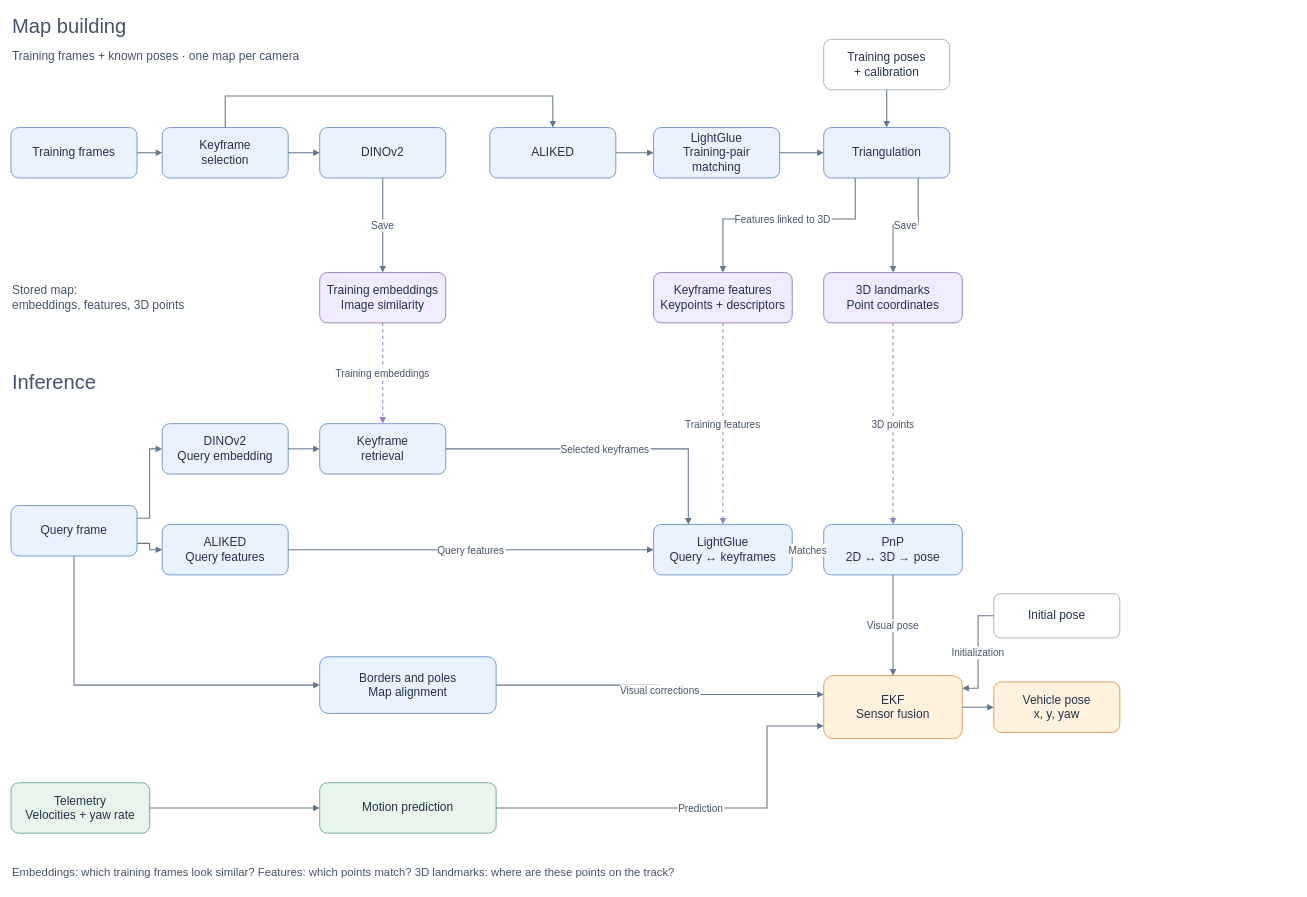
Earlier version of the draw.io diagram scheme.drawio (igorkozlovskii/schubki-2026-camloc-aramis). Source tidied: cells renumbered, new cells numbered last; positions are measured from the earlier drawing's top-left corner, leaving out a move shared by most shapes. Both pictures are drawn from the tidied source at 63%, with x=0, y=0 at pixel (11, 11).
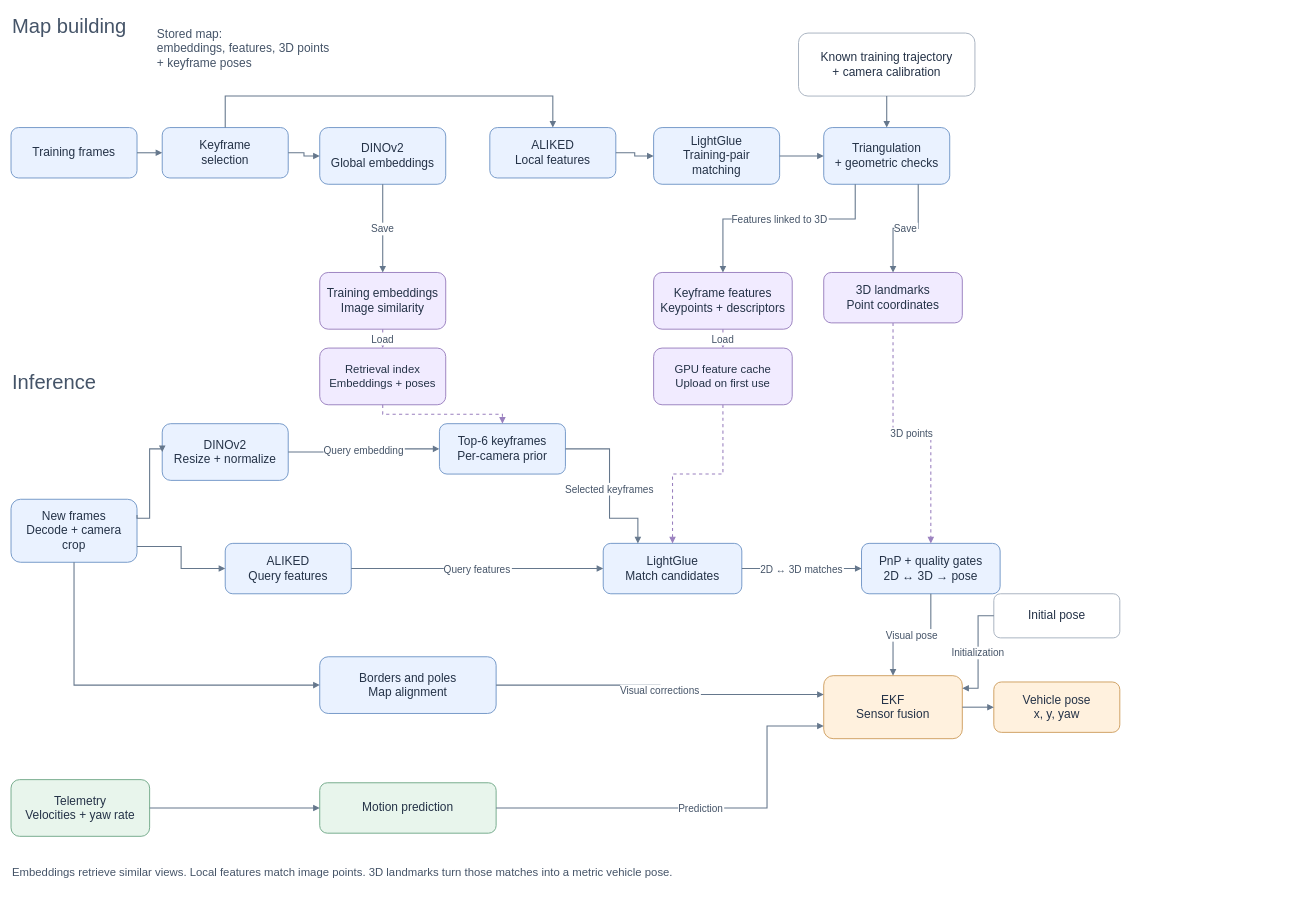
The same page after the edit.

Commit message (it also covers changes not shown here):
docs: update final-v2 diagram and embed exported overview

The edit, as a diff of the source:
```diff
@@
-    <mxCell id="2" value="Map building" style="text;html=0;whiteSpace=wrap;align=left;verticalAlign=middle;fontFamily=Helvetica;fontSize=32;fontColor=#455468;" parent="1" vertex="1">
+    <mxCell id="2" value="Map building " style="text;html=0;whiteSpace=wrap;align=left;verticalAlign=middle;fontFamily=Helvetica;fontSize=32;fontColor=#455468;" parent="1" vertex="1">
       <mxGeometry width="1000" height="50" as="geometry" />
     </mxCell>
-    <mxCell id="3" value="Training frames + known poses · one map per camera" style="text;html=0;whiteSpace=wrap;align=left;verticalAlign=middle;fontFamily=Helvetica;fontSize=19;fontColor=#455468;" parent="1" vertex="1">
-      <mxGeometry y="55" width="1100" height="35" as="geometry" />
-    </mxCell>
@@
-    <mxCell id="6" value="DINOv2" style="rounded=1;whiteSpace=wrap;html=0;fillColor=#eaf2ff;strokeColor=#7196c7;strokeWidth=1.5;fontColor=#243247;fontFamily=Helvetica;fontSize=19;spacing=10;" parent="1" vertex="1">
-      <mxGeometry x="490" y="185" width="200" height="80" as="geometry" />
+    <mxCell id="6" value="DINOv2&#10;Global embeddings" style="rounded=1;whiteSpace=wrap;html=0;fillColor=#eaf2ff;strokeColor=#7196c7;strokeWidth=1.5;fontColor=#243247;fontFamily=Helvetica;fontSize=19;spacing=10;" parent="1" vertex="1">
+      <mxGeometry x="490" y="185" width="200" height="90" as="geometry" />
     </mxCell>
-    <mxCell id="7" value="ALIKED" style="rounded=1;whiteSpace=wrap;html=0;fillColor=#eaf2ff;strokeColor=#7196c7;strokeWidth=1.5;fontColor=#243247;fontFamily=Helvetica;fontSize=19;spacing=10;" parent="1" vertex="1">
+    <mxCell id="7" value="ALIKED&#10;Local features" style="rounded=1;whiteSpace=wrap;html=0;fillColor=#eaf2ff;strokeColor=#7196c7;strokeWidth=1.5;fontColor=#243247;fontFamily=Helvetica;fontSize=19;spacing=10;" parent="1" vertex="1">
       <mxGeometry x="760" y="185" width="200" height="80" as="geometry" />
     </mxCell>
     <mxCell id="8" value="LightGlue&#10;Training-pair matching" style="rounded=1;whiteSpace=wrap;html=0;fillColor=#eaf2ff;strokeColor=#7196c7;strokeWidth=1.5;fontColor=#243247;fontFamily=Helvetica;fontSize=19;spacing=10;" parent="1" vertex="1">
-      <mxGeometry x="1020" y="185" width="200" height="80" as="geometry" />
+      <mxGeometry x="1020" y="185" width="200" height="90" as="geometry" />
     </mxCell>
-    <mxCell id="9" value="Triangulation" style="rounded=1;whiteSpace=wrap;html=0;fillColor=#eaf2ff;strokeColor=#7196c7;strokeWidth=1.5;fontColor=#243247;fontFamily=Helvetica;fontSize=19;spacing=10;" parent="1" vertex="1">
-      <mxGeometry x="1290" y="185" width="200" height="80" as="geometry" />
+    <mxCell id="9" value="Triangulation&#10;+ geometric checks" style="rounded=1;whiteSpace=wrap;html=0;fillColor=#eaf2ff;strokeColor=#7196c7;strokeWidth=1.5;fontColor=#243247;fontFamily=Helvetica;fontSize=19;spacing=10;" parent="1" vertex="1">
+      <mxGeometry x="1290" y="185" width="200" height="90" as="geometry" />
     </mxCell>
-    <mxCell id="10" value="Training poses&#10;+ calibration" style="rounded=1;whiteSpace=wrap;html=0;fillColor=#ffffff;strokeColor=#a6b1bf;strokeWidth=1.5;fontColor=#243247;fontFamily=Helvetica;fontSize=19;spacing=10;" parent="1" vertex="1">
-      <mxGeometry x="1290" y="45" width="200" height="80" as="geometry" />
+    <mxCell id="10" value="Known training trajectory&#10;+ camera calibration" style="rounded=1;whiteSpace=wrap;html=0;fillColor=#ffffff;strokeColor=#a6b1bf;strokeWidth=1.5;fontColor=#243247;fontFamily=Helvetica;fontSize=19;spacing=10;" parent="1" vertex="1">
+      <mxGeometry x="1250" y="35" width="280" height="100" as="geometry" />
     </mxCell>
     <mxCell id="11" value="Training embeddings&#10;Image similarity" style="rounded=1;whiteSpace=wrap;html=0;fillColor=#f1ebff;strokeColor=#9a80bf;strokeWidth=1.5;fontColor=#243247;fontFamily=Helvetica;fontSize=19;spacing=10;" parent="1" vertex="1">
-      <mxGeometry x="490" y="415" width="200" height="80" as="geometry" />
+      <mxGeometry x="490" y="415" width="200" height="90" as="geometry" />
     </mxCell>
     <mxCell id="12" value="Keyframe features&#10;Keypoints + descriptors" style="rounded=1;whiteSpace=wrap;html=0;fillColor=#f1ebff;strokeColor=#9a80bf;strokeWidth=1.5;fontColor=#243247;fontFamily=Helvetica;fontSize=19;spacing=10;" parent="1" vertex="1">
-      <mxGeometry x="1020" y="415" width="220" height="80" as="geometry" />
+      <mxGeometry x="1020" y="415" width="220" height="90" as="geometry" />
     </mxCell>
@@
-    <mxCell id="23" value="Stored map:&#10;embeddings, features, 3D points" style="text;html=0;whiteSpace=wrap;align=left;verticalAlign=middle;fontFamily=Helvetica;fontSize=19;fontColor=#455468;" parent="1" vertex="1">
-      <mxGeometry y="415" width="400" height="80" as="geometry" />
+    <mxCell id="23" value="Stored map:&#10;embeddings, features, 3D points&#10;+ keyframe poses" style="text;html=0;whiteSpace=wrap;align=left;verticalAlign=middle;fontFamily=Helvetica;fontSize=19;fontColor=#455468;" parent="1" vertex="1">
+      <mxGeometry x="230" y="5" width="400" height="110" as="geometry" />
     </mxCell>
-    <mxCell id="24" value="Inference" style="text;html=0;whiteSpace=wrap;align=left;verticalAlign=middle;fontFamily=Helvetica;fontSize=32;fontColor=#455468;" parent="1" vertex="1">
-      <mxGeometry y="565" width="1000" height="50" as="geometry" />
+    <mxCell id="24" value="Inference " style="text;html=0;whiteSpace=wrap;align=left;verticalAlign=middle;fontFamily=Helvetica;fontSize=32;fontColor=#455468;" parent="1" vertex="1">
+      <mxGeometry y="565" width="400" height="50" as="geometry" />
     </mxCell>
-    <mxCell id="25" value="Query frame" style="rounded=1;whiteSpace=wrap;html=0;fillColor=#eaf2ff;strokeColor=#7196c7;strokeWidth=1.5;fontColor=#243247;fontFamily=Helvetica;fontSize=19;spacing=10;" parent="1" vertex="1">
-      <mxGeometry y="785" width="200" height="80" as="geometry" />
+    <mxCell id="25" value="New frames&#10;Decode + camera crop" style="rounded=1;whiteSpace=wrap;html=0;fillColor=#eaf2ff;strokeColor=#7196c7;strokeWidth=1.5;fontColor=#243247;fontFamily=Helvetica;fontSize=19;spacing=10;" parent="1" vertex="1">
+      <mxGeometry y="775" width="200" height="100" as="geometry" />
     </mxCell>
-    <mxCell id="26" value="DINOv2&#10;Query embedding" style="rounded=1;whiteSpace=wrap;html=0;fillColor=#eaf2ff;strokeColor=#7196c7;strokeWidth=1.5;fontColor=#243247;fontFamily=Helvetica;fontSize=19;spacing=10;" parent="1" vertex="1">
-      <mxGeometry x="240" y="655" width="200" height="80" as="geometry" />
+    <mxCell id="26" value="DINOv2&#10;Resize + normalize" style="rounded=1;whiteSpace=wrap;html=0;fillColor=#eaf2ff;strokeColor=#7196c7;strokeWidth=1.5;fontColor=#243247;fontFamily=Helvetica;fontSize=19;spacing=10;" parent="1" vertex="1">
+      <mxGeometry x="240" y="655" width="200" height="90" as="geometry" />
     </mxCell>
-    <mxCell id="27" value="Keyframe&#10;retrieval" style="rounded=1;whiteSpace=wrap;html=0;fillColor=#eaf2ff;strokeColor=#7196c7;strokeWidth=1.5;fontColor=#243247;fontFamily=Helvetica;fontSize=19;spacing=10;" parent="1" vertex="1">
-      <mxGeometry x="490" y="655" width="200" height="80" as="geometry" />
+    <mxCell id="27" value="Top-6 keyframes&#10;Per-camera prior" style="rounded=1;whiteSpace=wrap;html=0;fillColor=#eaf2ff;strokeColor=#7196c7;strokeWidth=1.5;fontColor=#243247;fontFamily=Helvetica;fontSize=19;spacing=10;" parent="1" vertex="1">
+      <mxGeometry x="680" y="655" width="200" height="80" as="geometry" />
     </mxCell>
     <mxCell id="28" value="ALIKED&#10;Query features" style="rounded=1;whiteSpace=wrap;html=0;fillColor=#eaf2ff;strokeColor=#7196c7;strokeWidth=1.5;fontColor=#243247;fontFamily=Helvetica;fontSize=19;spacing=10;" parent="1" vertex="1">
-      <mxGeometry x="240" y="815" width="200" height="80" as="geometry" />
+      <mxGeometry x="340" y="845" width="200" height="80" as="geometry" />
     </mxCell>
-    <mxCell id="29" value="LightGlue&#10;Query ↔ keyframes" style="rounded=1;whiteSpace=wrap;html=0;fillColor=#eaf2ff;strokeColor=#7196c7;strokeWidth=1.5;fontColor=#243247;fontFamily=Helvetica;fontSize=19;spacing=10;" parent="1" vertex="1">
-      <mxGeometry x="1020" y="815" width="220" height="80" as="geometry" />
+    <mxCell id="29" value="LightGlue&#10;Match candidates" style="rounded=1;whiteSpace=wrap;html=0;fillColor=#eaf2ff;strokeColor=#7196c7;strokeWidth=1.5;fontColor=#243247;fontFamily=Helvetica;fontSize=19;spacing=10;" parent="1" vertex="1">
+      <mxGeometry x="940" y="845" width="220" height="80" as="geometry" />
     </mxCell>
-    <mxCell id="30" value="PnP&#10;2D ↔ 3D → pose" style="rounded=1;whiteSpace=wrap;html=0;fillColor=#eaf2ff;strokeColor=#7196c7;strokeWidth=1.5;fontColor=#243247;fontFamily=Helvetica;fontSize=19;spacing=10;" parent="1" vertex="1">
-      <mxGeometry x="1290" y="815" width="220" height="80" as="geometry" />
+    <mxCell id="30" value="PnP + quality gates&#10;2D ↔ 3D → pose" style="rounded=1;whiteSpace=wrap;html=0;fillColor=#eaf2ff;strokeColor=#7196c7;strokeWidth=1.5;fontColor=#243247;fontFamily=Helvetica;fontSize=19;spacing=10;" parent="1" vertex="1">
+      <mxGeometry x="1350" y="845" width="220" height="80" as="geometry" />
     </mxCell>
@@
     <mxCell id="32" value="Telemetry&#10;Velocities + yaw rate" style="rounded=1;whiteSpace=wrap;html=0;fillColor=#e8f5ec;strokeColor=#72a98a;strokeWidth=1.5;fontColor=#243247;fontFamily=Helvetica;fontSize=19;spacing=10;" parent="1" vertex="1">
-      <mxGeometry y="1225" width="220" height="80" as="geometry" />
+      <mxGeometry y="1220" width="220" height="90" as="geometry" />
     </mxCell>
@@
-    <mxCell id="39" style="edgeStyle=orthogonalEdgeStyle;rounded=0;html=0;endArrow=block;endFill=1;strokeWidth=1.7;strokeColor=#65778c;fontFamily=Helvetica;fontSize=16;fontColor=#455468;labelBackgroundColor=#ffffff;" parent="1" edge="1" source="26" target="27">
+    <mxCell id="39" value="Query embedding" style="edgeStyle=orthogonalEdgeStyle;rounded=0;html=0;endArrow=block;endFill=1;strokeWidth=1.7;strokeColor=#65778c;fontFamily=Helvetica;fontSize=16;fontColor=#455468;labelBackgroundColor=#ffffff;" parent="1" edge="1" source="26" target="27">
       <mxGeometry relative="1" as="geometry" />
     </mxCell>
-    <mxCell id="40" value="Training embeddings" style="edgeStyle=orthogonalEdgeStyle;rounded=0;html=0;endArrow=block;endFill=1;strokeWidth=1.7;strokeColor=#9a80bf;fontFamily=Helvetica;fontSize=16;fontColor=#455468;labelBackgroundColor=#ffffff;dashed=1;exitX=0.5;exitY=1;entryX=0.5;entryY=0;" parent="1" edge="1" source="11" target="27">
+    <mxCell id="40" value="Load" style="edgeStyle=orthogonalEdgeStyle;rounded=0;html=0;endArrow=block;endFill=1;strokeWidth=1.7;strokeColor=#9a80bf;fontFamily=Helvetica;fontSize=16;fontColor=#455468;labelBackgroundColor=#ffffff;dashed=1;exitX=0.5;exitY=1;entryX=0.5;entryY=0;" parent="1" edge="1" source="11" target="54">
       <mxGeometry relative="1" as="geometry" />
     </mxCell>
     <mxCell id="41" value="Selected keyframes" style="edgeStyle=orthogonalEdgeStyle;rounded=0;html=0;endArrow=block;endFill=1;strokeWidth=1.7;strokeColor=#65778c;fontFamily=Helvetica;fontSize=16;fontColor=#455468;labelBackgroundColor=#ffffff;exitX=1;exitY=0.5;entryX=0.25;entryY=0;" parent="1" edge="1" source="27" target="29">
       <mxGeometry relative="1" as="geometry">
         <Array as="points">
-          <mxPoint x="1075" y="695" />
+          <mxPoint x="950" y="695" />
+          <mxPoint x="950" y="805" />
+          <mxPoint x="995" y="805" />
         </Array>
       </mxGeometry>
     </mxCell>
@@
-    <mxCell id="43" value="Training features" style="edgeStyle=orthogonalEdgeStyle;rounded=0;html=0;endArrow=block;endFill=1;strokeWidth=1.7;strokeColor=#9a80bf;fontFamily=Helvetica;fontSize=16;fontColor=#455468;labelBackgroundColor=#ffffff;dashed=1;exitX=0.5;exitY=1;entryX=0.5;entryY=0;" parent="1" edge="1" source="12" target="29">
+    <mxCell id="43" value="Load" style="edgeStyle=orthogonalEdgeStyle;rounded=0;html=0;endArrow=block;endFill=1;strokeWidth=1.7;strokeColor=#9a80bf;fontFamily=Helvetica;fontSize=16;fontColor=#455468;labelBackgroundColor=#ffffff;dashed=1;exitX=0.5;exitY=1;entryX=0.5;entryY=0;" parent="1" edge="1" source="12" target="55">
       <mxGeometry relative="1" as="geometry" />
     </mxCell>
-    <mxCell id="44" value="Matches" style="edgeStyle=orthogonalEdgeStyle;rounded=0;html=0;endArrow=block;endFill=1;strokeWidth=1.7;strokeColor=#65778c;fontFamily=Helvetica;fontSize=16;fontColor=#455468;labelBackgroundColor=#ffffff;" parent="1" edge="1" source="29" target="30">
+    <mxCell id="44" value="2D ↔ 3D matches" style="edgeStyle=orthogonalEdgeStyle;rounded=0;html=0;endArrow=block;endFill=1;strokeWidth=1.7;strokeColor=#65778c;fontFamily=Helvetica;fontSize=16;fontColor=#455468;labelBackgroundColor=#ffffff;" parent="1" edge="1" source="29" target="30">
       <mxGeometry relative="1" as="geometry" />
     </mxCell>
@@
-    <mxCell id="53" value="Embeddings: which training frames look similar? Features: which points match? 3D landmarks: where are these points on the track?" style="text;html=0;whiteSpace=wrap;align=left;verticalAlign=middle;fontFamily=Helvetica;fontSize=18;fontColor=#455468;" parent="1" vertex="1">
-      <mxGeometry y="1345" width="1760" height="45" as="geometry" />
+    <mxCell id="53" value="Embeddings retrieve similar views. Local features match image points. 3D landmarks turn those matches into a metric vehicle pose." style="text;html=0;whiteSpace=wrap;align=left;verticalAlign=middle;fontFamily=Helvetica;fontSize=18;fontColor=#455468;" parent="1" vertex="1">
+      <mxGeometry y="1345" width="2040" height="45" as="geometry" />
     </mxCell>
+    <mxCell id="54" value="Retrieval index&#10;Embeddings + poses" style="rounded=1;whiteSpace=wrap;html=0;fillColor=#f1ebff;strokeColor=#9a80bf;strokeWidth=1.5;fontColor=#243247;fontFamily=Helvetica;fontSize=18;spacing=14;align=center;verticalAlign=middle;" parent="1" vertex="1">
+      <mxGeometry x="490" y="535" width="200" height="90" as="geometry" />
+    </mxCell>
+    <mxCell id="55" value="GPU feature cache&#10;Upload on first use" style="rounded=1;whiteSpace=wrap;html=0;fillColor=#f1ebff;strokeColor=#9a80bf;strokeWidth=1.5;fontColor=#243247;fontFamily=Helvetica;fontSize=18;spacing=14;align=center;verticalAlign=middle;" parent="1" vertex="1">
+      <mxGeometry x="1020" y="535" width="220" height="90" as="geometry" />
+    </mxCell>
+    <mxCell id="56" style="edgeStyle=orthogonalEdgeStyle;rounded=0;html=0;endArrow=block;endFill=1;strokeWidth=1.7;strokeColor=#9a80bf;dashed=1;exitX=0.5;exitY=1;entryX=0.5;entryY=0;" parent="1" edge="1" source="54" target="27">
+      <mxGeometry relative="1" as="geometry" />
+    </mxCell>
+    <mxCell id="57" style="edgeStyle=orthogonalEdgeStyle;rounded=0;html=0;endArrow=block;endFill=1;strokeWidth=1.7;strokeColor=#9a80bf;dashed=1;exitX=0.5;exitY=1;entryX=0.5;entryY=0;" parent="1" edge="1" source="55" target="29">
+      <mxGeometry relative="1" as="geometry" />
+    </mxCell>
```
